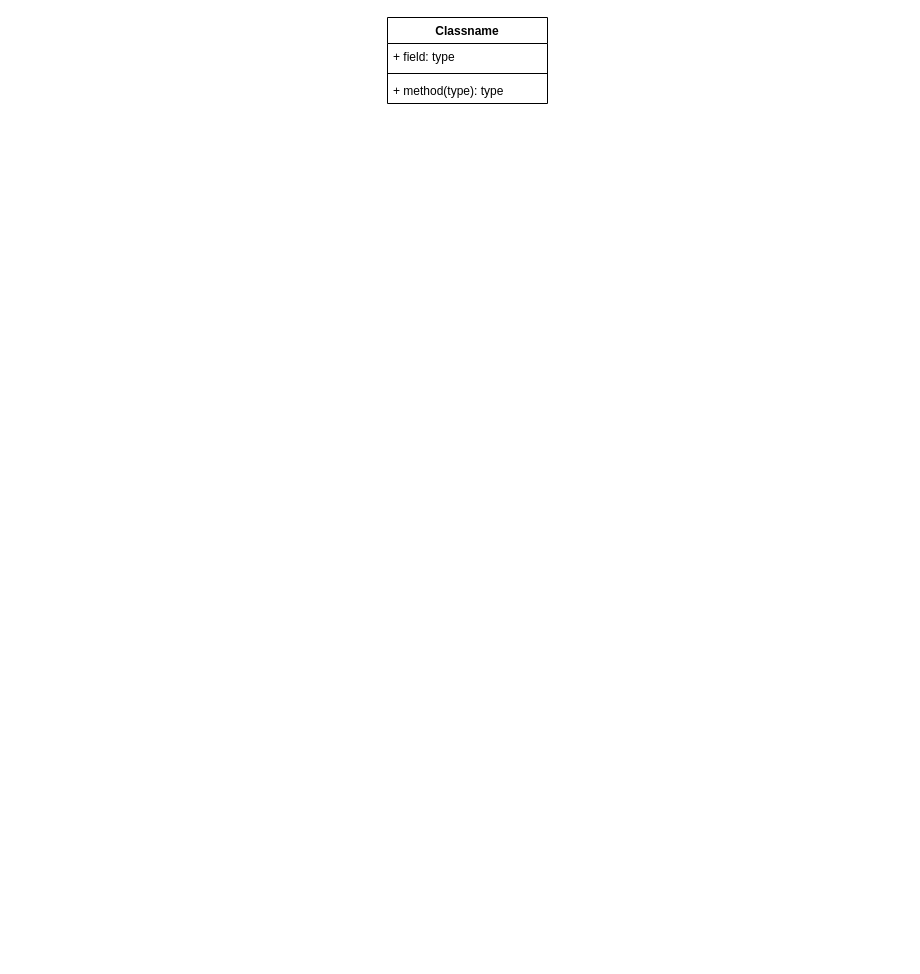
This is Diagramme/NepTune.drawio from PaBu04/Neptune, a draw.io file, before an edit. Source tidied: cells renumbered, new cells numbered last; positions are measured from the earlier drawing's top-left corner, leaving out a move shared by most shapes. Both pictures are drawn from the tidied source at 100%, with x=0, y=0 at pixel (387, 17).
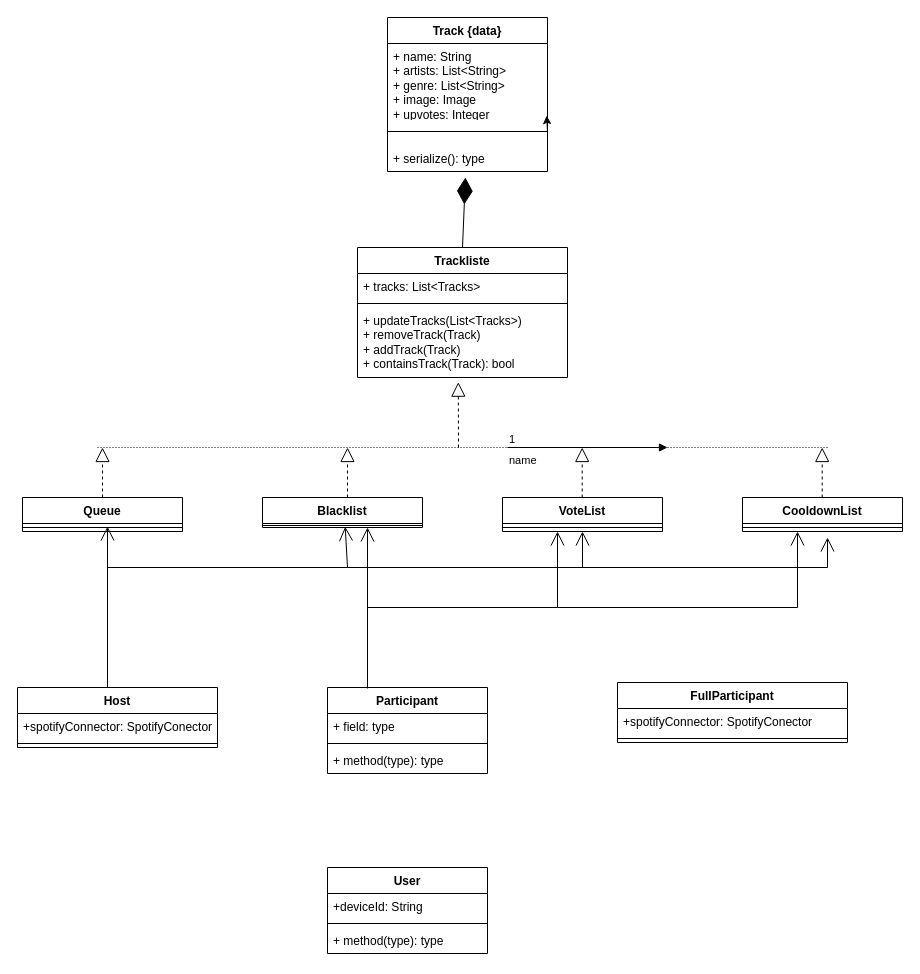
The same page after the edit.

Diff of the diagram source:
```diff
@@
-    <mxCell id="2" value="Classname" style="swimlane;fontStyle=1;align=center;verticalAlign=top;horizontal=1;startSize=26;whiteSpace=wrap;html=1;" parent="1" vertex="1">
-      <mxGeometry width="160" height="86" as="geometry" />
+    <mxCell id="2" value="Track {data}" style="swimlane;fontStyle=1;align=center;verticalAlign=top;horizontal=1;startSize=26;whiteSpace=wrap;html=1;" parent="1" vertex="1">
+      <mxGeometry width="160" height="154" as="geometry" />
     </mxCell>
-    <mxCell id="3" value="+ field: type" style="text;strokeColor=none;fillColor=none;align=left;verticalAlign=top;spacingLeft=4;spacingRight=4;overflow=hidden;points=[[0,0.5],[1,0.5]];portConstraint=eastwest;whiteSpace=wrap;html=1;" parent="2" vertex="1">
-      <mxGeometry y="26" width="160" height="26" as="geometry" />
+    <mxCell id="3" value="&lt;div&gt;+ name: String&lt;/div&gt;&lt;div&gt;+ artists: List&amp;lt;String&amp;gt;&lt;/div&gt;&lt;div&gt;+ genre: List&amp;lt;String&amp;gt;&lt;/div&gt;&lt;div&gt;+ image: Image&lt;/div&gt;&lt;div&gt;+ upvotes: Integer&lt;br&gt;&lt;/div&gt;&lt;div&gt;&lt;br&gt;&lt;/div&gt;" style="text;strokeColor=none;fillColor=none;align=left;verticalAlign=top;spacingLeft=4;spacingRight=4;overflow=hidden;points=[[0,0.5],[1,0.5]];portConstraint=eastwest;whiteSpace=wrap;html=1;" parent="2" vertex="1">
+      <mxGeometry y="26" width="160" height="74" as="geometry" />
     </mxCell>
     <mxCell id="4" style="line;strokeWidth=1;fillColor=none;align=left;verticalAlign=middle;spacingTop=-1;spacingLeft=3;spacingRight=3;labelPosition=right;strokeColor=inherit;" parent="2" vertex="1">
-      <mxGeometry y="52" width="160" height="8" as="geometry" />
+      <mxGeometry y="100" width="160" height="28" as="geometry" />
     </mxCell>
-    <mxCell id="5" value="+ method(type): type" style="text;strokeColor=none;fillColor=none;align=left;verticalAlign=top;spacingLeft=4;spacingRight=4;overflow=hidden;points=[[0,0.5],[1,0.5]];portConstraint=eastwest;whiteSpace=wrap;html=1;" parent="2" vertex="1">
-      <mxGeometry y="60" width="160" height="26" as="geometry" />
+    <mxCell id="5" value="+ serialize(): type" style="text;strokeColor=none;fillColor=none;align=left;verticalAlign=top;spacingLeft=4;spacingRight=4;overflow=hidden;points=[[0,0.5],[1,0.5]];portConstraint=eastwest;whiteSpace=wrap;html=1;" parent="2" vertex="1">
+      <mxGeometry y="128" width="160" height="26" as="geometry" />
     </mxCell>
+    <mxCell id="6" style="edgeStyle=orthogonalEdgeStyle;rounded=0;jettySize=auto;html=1;exitX=1;exitY=0.75;exitDx=0;exitDy=0;entryX=0.995;entryY=0.975;entryDx=0;entryDy=0;entryPerimeter=0;" parent="2" edge="1" source="2" target="3">
+      <mxGeometry relative="1" as="geometry" />
+    </mxCell>
+    <mxCell id="7" value="Trackliste" style="swimlane;fontStyle=1;align=center;verticalAlign=top;horizontal=1;startSize=26;whiteSpace=wrap;html=1;" parent="1" vertex="1">
+      <mxGeometry x="-30" y="230" width="210" height="130" as="geometry" />
+    </mxCell>
+    <mxCell id="8" value="&lt;div&gt;+ tracks: List&amp;lt;Tracks&amp;gt;&lt;/div&gt;&lt;div&gt;&lt;br&gt;&lt;/div&gt;" style="text;strokeColor=none;fillColor=none;align=left;verticalAlign=top;spacingLeft=4;spacingRight=4;overflow=hidden;whiteSpace=wrap;html=1;" parent="7" vertex="1">
+      <mxGeometry y="26" width="210" height="26" as="geometry" />
+    </mxCell>
+    <mxCell id="9" style="line;strokeWidth=1;fillColor=none;align=left;verticalAlign=middle;spacingTop=-1;spacingLeft=3;spacingRight=3;labelPosition=right;strokeColor=inherit;" parent="7" vertex="1">
+      <mxGeometry y="52" width="210" height="8" as="geometry" />
+    </mxCell>
+    <mxCell id="10" value="&lt;div&gt;+ updateTracks(List&amp;lt;Tracks&amp;gt;)&lt;/div&gt;&lt;div&gt;+ removeTrack(Track)&lt;/div&gt;&lt;div&gt;+ addTrack(Track)&lt;/div&gt;&lt;div&gt;+ containsTrack(Track): bool&lt;/div&gt;&lt;div&gt;&lt;br&gt;&lt;/div&gt;" style="text;strokeColor=none;fillColor=none;align=left;verticalAlign=top;spacingLeft=4;spacingRight=4;overflow=hidden;points=[[0,0.5],[1,0.5]];portConstraint=eastwest;whiteSpace=wrap;html=1;" parent="7" vertex="1">
+      <mxGeometry y="60" width="210" height="70" as="geometry" />
+    </mxCell>
+    <mxCell id="11" value="VoteList" style="swimlane;fontStyle=1;align=center;verticalAlign=top;horizontal=1;startSize=26;whiteSpace=wrap;html=1;" parent="1" vertex="1">
+      <mxGeometry x="115" y="480" width="160" height="34" as="geometry" />
+    </mxCell>
+    <mxCell id="12" style="line;strokeWidth=1;fillColor=none;align=left;verticalAlign=middle;spacingTop=-1;spacingLeft=3;spacingRight=3;labelPosition=right;strokeColor=inherit;" parent="11" vertex="1">
+      <mxGeometry y="26" width="160" height="8" as="geometry" />
+    </mxCell>
+    <mxCell id="13" value="Blacklist" style="swimlane;fontStyle=1;align=center;verticalAlign=top;horizontal=1;startSize=26;whiteSpace=wrap;html=1;" parent="1" vertex="1">
+      <mxGeometry x="-125" y="480" width="160" height="30" as="geometry" />
+    </mxCell>
+    <mxCell id="14" style="line;strokeWidth=1;fillColor=none;align=left;verticalAlign=middle;spacingTop=-1;spacingLeft=3;spacingRight=3;labelPosition=right;points=[];portConstraint=eastwest;strokeColor=inherit;" parent="13" vertex="1">
+      <mxGeometry y="26" width="160" height="4" as="geometry" />
+    </mxCell>
+    <mxCell id="15" value="Queue" style="swimlane;fontStyle=1;align=center;verticalAlign=top;horizontal=1;startSize=26;whiteSpace=wrap;html=1;" parent="1" vertex="1">
+      <mxGeometry x="-365" y="480" width="160" height="34" as="geometry" />
+    </mxCell>
+    <mxCell id="16" style="line;strokeWidth=1;fillColor=none;align=left;verticalAlign=middle;spacingTop=-1;spacingLeft=3;spacingRight=3;labelPosition=right;strokeColor=inherit;" parent="15" vertex="1">
+      <mxGeometry y="26" width="160" height="8" as="geometry" />
+    </mxCell>
+    <mxCell id="17" value="CooldownList" style="swimlane;fontStyle=1;align=center;verticalAlign=top;horizontal=1;startSize=26;whiteSpace=wrap;html=1;" parent="1" vertex="1">
+      <mxGeometry x="355" y="480" width="160" height="34" as="geometry" />
+    </mxCell>
+    <mxCell id="18" style="line;strokeWidth=1;fillColor=none;align=left;verticalAlign=middle;spacingTop=-1;spacingLeft=3;spacingRight=3;labelPosition=right;strokeColor=inherit;" parent="17" vertex="1">
+      <mxGeometry y="26" width="160" height="8" as="geometry" />
+    </mxCell>
+    <mxCell id="19" style="endArrow=diamondThin;endFill=1;endSize=24;html=1;rounded=0;exitX=0.5;exitY=0;exitDx=0;exitDy=0;entryX=0.487;entryY=1.231;entryDx=0;entryDy=0;entryPerimeter=0;" parent="1" edge="1" source="7" target="5">
+      <mxGeometry relative="1" as="geometry" />
+    </mxCell>
+    <mxCell id="20" style="endArrow=block;dashed=1;endFill=0;endSize=12;html=1;rounded=0;exitX=0.5;exitY=0;exitDx=0;exitDy=0;" parent="1" edge="1" source="15">
+      <mxGeometry relative="1" as="geometry">
+        <mxPoint x="-285" y="430" as="targetPoint" />
+      </mxGeometry>
+    </mxCell>
+    <mxCell id="21" style="endArrow=block;dashed=1;endFill=0;endSize=12;html=1;rounded=0;entryX=0.48;entryY=1.067;entryDx=0;entryDy=0;entryPerimeter=0;" parent="1" edge="1" target="10">
+      <mxGeometry relative="1" as="geometry">
+        <mxPoint x="71" y="430" as="sourcePoint" />
+      </mxGeometry>
+    </mxCell>
+    <mxCell id="22" style="endArrow=none;html=1;rounded=0;dashed=1;dashPattern=1 2;" parent="1" edge="1">
+      <mxGeometry relative="1" as="geometry">
+        <mxPoint x="440" y="430" as="sourcePoint" />
+        <mxPoint x="-290" y="430" as="targetPoint" />
+      </mxGeometry>
+    </mxCell>
+    <mxCell id="23" style="endArrow=block;dashed=1;endFill=0;endSize=12;html=1;rounded=0;exitX=0.5;exitY=0;exitDx=0;exitDy=0;" parent="1" edge="1">
+      <mxGeometry relative="1" as="geometry">
+        <mxPoint x="-40" y="480" as="sourcePoint" />
+        <mxPoint x="-40" y="430" as="targetPoint" />
+      </mxGeometry>
+    </mxCell>
+    <mxCell id="24" style="endArrow=block;dashed=1;endFill=0;endSize=12;html=1;rounded=0;exitX=0.5;exitY=0;exitDx=0;exitDy=0;" parent="1" edge="1">
+      <mxGeometry relative="1" as="geometry">
+        <mxPoint x="194.7" y="480" as="sourcePoint" />
+        <mxPoint x="194.7" y="430" as="targetPoint" />
+      </mxGeometry>
+    </mxCell>
+    <mxCell id="25" style="endArrow=block;dashed=1;endFill=0;endSize=12;html=1;rounded=0;exitX=0.5;exitY=0;exitDx=0;exitDy=0;" parent="1" edge="1">
+      <mxGeometry relative="1" as="geometry">
+        <mxPoint x="434.7" y="480" as="sourcePoint" />
+        <mxPoint x="434.7" y="430" as="targetPoint" />
+      </mxGeometry>
+    </mxCell>
+    <mxCell id="26" value="Host" style="swimlane;fontStyle=1;align=center;verticalAlign=top;horizontal=1;startSize=26;whiteSpace=wrap;html=1;" parent="1" vertex="1">
+      <mxGeometry x="-370" y="670" width="200" height="60" as="geometry" />
+    </mxCell>
+    <mxCell id="27" value="+spotifyConnector: SpotifyConector" style="text;strokeColor=none;fillColor=none;align=left;verticalAlign=top;spacingLeft=4;spacingRight=4;overflow=hidden;whiteSpace=wrap;html=1;" parent="26" vertex="1">
+      <mxGeometry y="26" width="200" height="26" as="geometry" />
+    </mxCell>
+    <mxCell id="28" style="line;strokeWidth=1;fillColor=none;align=left;verticalAlign=middle;spacingTop=-1;spacingLeft=3;spacingRight=3;labelPosition=right;strokeColor=inherit;" parent="26" vertex="1">
+      <mxGeometry y="52" width="200" height="8" as="geometry" />
+    </mxCell>
+    <mxCell id="29" value="FullParticipant" style="swimlane;fontStyle=1;align=center;verticalAlign=top;horizontal=1;startSize=26;whiteSpace=wrap;html=1;" parent="1" vertex="1">
+      <mxGeometry x="230" y="665" width="230" height="60" as="geometry" />
+    </mxCell>
+    <mxCell id="30" value="+spotifyConnector: SpotifyConector" style="text;strokeColor=none;fillColor=none;align=left;verticalAlign=top;spacingLeft=4;spacingRight=4;overflow=hidden;whiteSpace=wrap;html=1;" parent="29" vertex="1">
+      <mxGeometry y="26" width="230" height="26" as="geometry" />
+    </mxCell>
+    <mxCell id="31" style="line;strokeWidth=1;fillColor=none;align=left;verticalAlign=middle;spacingTop=-1;spacingLeft=3;spacingRight=3;labelPosition=right;strokeColor=inherit;" parent="29" vertex="1">
+      <mxGeometry y="52" width="230" height="8" as="geometry" />
+    </mxCell>
+    <mxCell id="32" value="Participant" style="swimlane;fontStyle=1;align=center;verticalAlign=top;horizontal=1;startSize=26;whiteSpace=wrap;html=1;" parent="1" vertex="1">
+      <mxGeometry x="-60" y="670" width="160" height="86" as="geometry" />
+    </mxCell>
+    <mxCell id="33" value="+ field: type" style="text;strokeColor=none;fillColor=none;align=left;verticalAlign=top;spacingLeft=4;spacingRight=4;overflow=hidden;whiteSpace=wrap;html=1;" parent="32" vertex="1">
+      <mxGeometry y="26" width="160" height="26" as="geometry" />
+    </mxCell>
+    <mxCell id="34" style="line;strokeWidth=1;fillColor=none;align=left;verticalAlign=middle;spacingTop=-1;spacingLeft=3;spacingRight=3;labelPosition=right;strokeColor=inherit;" parent="32" vertex="1">
+      <mxGeometry y="52" width="160" height="8" as="geometry" />
+    </mxCell>
+    <mxCell id="35" value="+ method(type): type" style="text;strokeColor=none;fillColor=none;align=left;verticalAlign=top;spacingLeft=4;spacingRight=4;overflow=hidden;whiteSpace=wrap;html=1;" parent="32" vertex="1">
+      <mxGeometry y="60" width="160" height="26" as="geometry" />
+    </mxCell>
+    <mxCell id="36" value="User" style="swimlane;fontStyle=1;align=center;verticalAlign=top;horizontal=1;startSize=26;whiteSpace=wrap;html=1;" parent="1" vertex="1">
+      <mxGeometry x="-60" y="850" width="160" height="86" as="geometry" />
+    </mxCell>
+    <mxCell id="37" value="+deviceId: String " style="text;strokeColor=none;fillColor=none;align=left;verticalAlign=top;spacingLeft=4;spacingRight=4;overflow=hidden;whiteSpace=wrap;html=1;" parent="36" vertex="1">
+      <mxGeometry y="26" width="160" height="26" as="geometry" />
+    </mxCell>
+    <mxCell id="38" style="line;strokeWidth=1;fillColor=none;align=left;verticalAlign=middle;spacingTop=-1;spacingLeft=3;spacingRight=3;labelPosition=right;strokeColor=inherit;" parent="36" vertex="1">
+      <mxGeometry y="52" width="160" height="8" as="geometry" />
+    </mxCell>
+    <mxCell id="39" value="+ method(type): type" style="text;strokeColor=none;fillColor=none;align=left;verticalAlign=top;spacingLeft=4;spacingRight=4;overflow=hidden;whiteSpace=wrap;html=1;" parent="36" vertex="1">
+      <mxGeometry y="60" width="160" height="26" as="geometry" />
+    </mxCell>
+    <mxCell id="40" value="name" style="endArrow=block;endFill=1;html=1;edgeStyle=orthogonalEdgeStyle;align=left;verticalAlign=top;rounded=0;" parent="1" edge="1">
+      <mxGeometry x="-1" relative="1" as="geometry">
+        <mxPoint x="120" y="430" as="sourcePoint" />
+        <mxPoint x="280" y="430" as="targetPoint" />
+      </mxGeometry>
+    </mxCell>
+    <mxCell id="41" value="1" style="edgeLabel;html=1;align=left;verticalAlign=bottom;" parent="40" vertex="1">
+      <mxGeometry x="-1" relative="1" as="geometry" />
+    </mxCell>
+    <mxCell id="42" style="endArrow=open;endFill=1;endSize=12;html=1;rounded=0;fontStyle=1;" parent="1" edge="1">
+      <mxGeometry relative="1" as="geometry">
+        <mxPoint x="-280" y="670" as="sourcePoint" />
+        <mxPoint x="-280" y="509" as="targetPoint" />
+      </mxGeometry>
+    </mxCell>
+    <mxCell id="43" style="endArrow=open;endFill=1;endSize=12;html=1;rounded=0;entryX=0.517;entryY=0.815;entryDx=0;entryDy=0;entryPerimeter=0;" parent="1" edge="1" target="14">
+      <mxGeometry relative="1" as="geometry">
+        <mxPoint x="-280" y="550" as="sourcePoint" />
+        <Array as="points">
+          <mxPoint x="-40" y="550" />
+        </Array>
+      </mxGeometry>
+    </mxCell>
+    <mxCell id="44" style="endArrow=open;endFill=1;endSize=12;html=1;rounded=0;entryX=0.5;entryY=1;entryDx=0;entryDy=0;" parent="1" edge="1" target="11">
+      <mxGeometry relative="1" as="geometry">
+        <mxPoint x="-40" y="550" as="sourcePoint" />
+        <Array as="points">
+          <mxPoint x="195" y="550" />
+        </Array>
+      </mxGeometry>
+    </mxCell>
+    <mxCell id="45" style="endArrow=open;endFill=1;endSize=12;html=1;rounded=0;" parent="1" edge="1">
+      <mxGeometry relative="1" as="geometry">
+        <mxPoint x="190" y="550" as="sourcePoint" />
+        <mxPoint x="440" y="520" as="targetPoint" />
+        <Array as="points">
+          <mxPoint x="440" y="550" />
+        </Array>
+      </mxGeometry>
+    </mxCell>
+    <mxCell id="46" style="endArrow=open;endFill=1;endSize=12;html=1;rounded=0;" parent="1" edge="1">
+      <mxGeometry relative="1" as="geometry">
+        <mxPoint x="-20" y="671" as="sourcePoint" />
+        <mxPoint x="-20" y="510" as="targetPoint" />
+      </mxGeometry>
+    </mxCell>
+    <mxCell id="47" style="endArrow=open;endFill=1;endSize=12;html=1;rounded=0;" parent="1" edge="1">
+      <mxGeometry relative="1" as="geometry">
+        <mxPoint x="-20" y="590" as="sourcePoint" />
+        <mxPoint x="170" y="514" as="targetPoint" />
+        <Array as="points">
+          <mxPoint x="170" y="590" />
+        </Array>
+      </mxGeometry>
+    </mxCell>
+    <mxCell id="48" style="endArrow=open;endFill=1;endSize=12;html=1;rounded=0;" parent="1" edge="1">
+      <mxGeometry relative="1" as="geometry">
+        <mxPoint x="170" y="590" as="sourcePoint" />
+        <mxPoint x="410" y="514" as="targetPoint" />
+        <Array as="points">
+          <mxPoint x="410" y="590" />
+        </Array>
+      </mxGeometry>
+    </mxCell>
```
